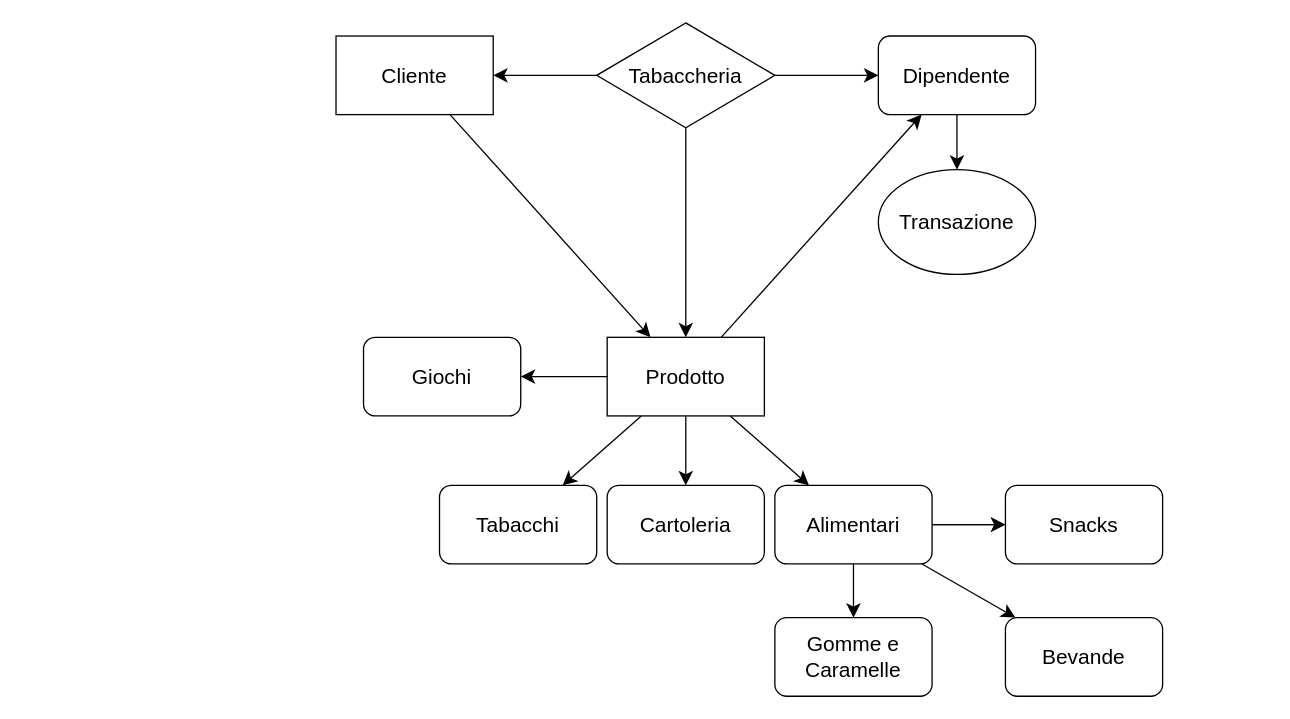
The draw.io diagram md/Untitled Diagram.drawio in TheDarkBug/notes, before the edit. Source tidied: cells renumbered, new cells numbered last; positions are measured from the earlier drawing's top-left corner, leaving out a move shared by most shapes. Both pictures are drawn from the tidied source at 131%, with x=0, y=0 at pixel (335, 22).
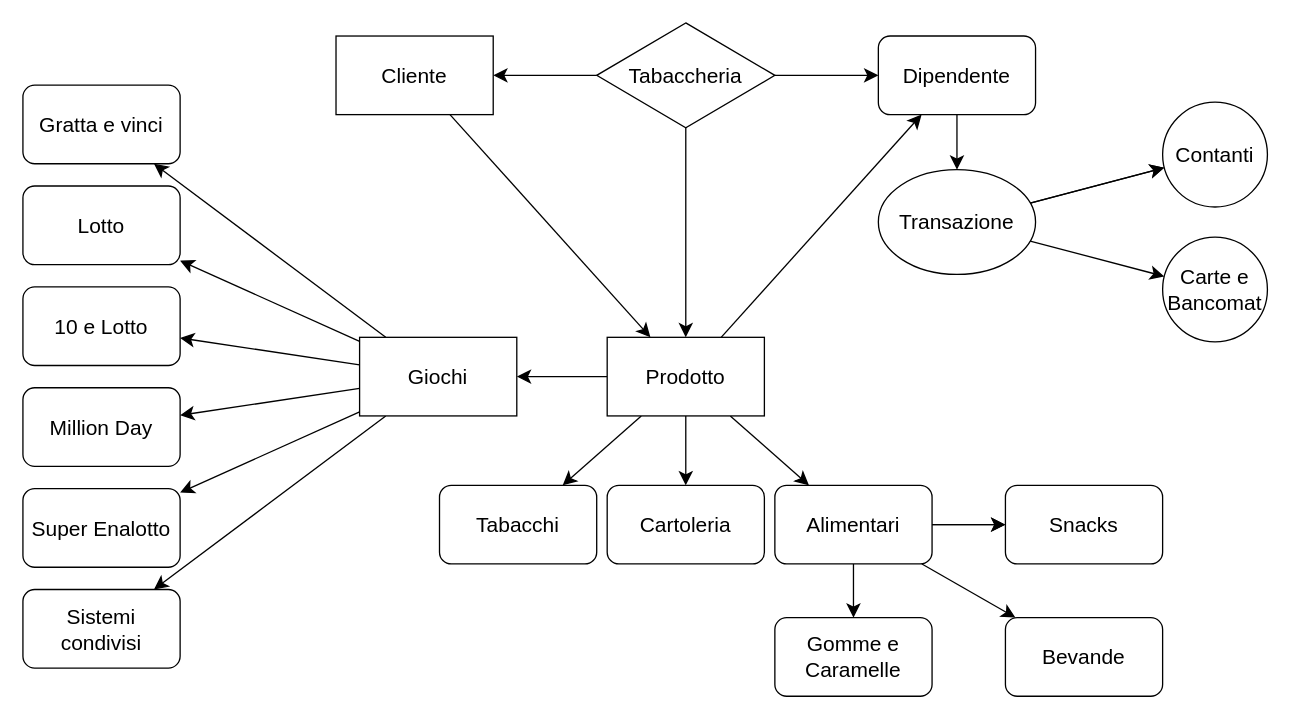
The same page after the edit.

The change refers to these unchanged cells:
```xml
<mxCell id="8" value="&lt;div&gt;Transazione&lt;/div&gt;" style="ellipse;whiteSpace=wrap;html=1;fontSize=16;" parent="1" vertex="1">
  <mxGeometry x="414" y="112" width="120" height="80" as="geometry" />
</mxCell>
```

The edit, as a diff of the source:
```diff
@@
+    <mxCell id="28" style="edgeStyle=none;curved=1;rounded=0;jettySize=auto;html=1;fontSize=12;startSize=8;endSize=8;" parent="1" edge="1" source="8" target="43">
+      <mxGeometry relative="1" as="geometry" />
+    </mxCell>
+    <mxCell id="29" style="edgeStyle=none;curved=1;rounded=0;jettySize=auto;html=1;fontSize=12;startSize=8;endSize=8;" parent="1" edge="1" source="8" target="43">
+      <mxGeometry relative="1" as="geometry" />
+    </mxCell>
+    <mxCell id="30" style="edgeStyle=none;curved=1;rounded=0;jettySize=auto;html=1;fontSize=12;startSize=8;endSize=8;" parent="1" edge="1" source="8" target="44">
+      <mxGeometry relative="1" as="geometry" />
+    </mxCell>
@@
+    <mxCell id="31" style="edgeStyle=none;curved=1;rounded=0;jettySize=auto;html=1;fontSize=12;startSize=8;endSize=8;" parent="1" edge="1" source="27" target="40">
+      <mxGeometry relative="1" as="geometry" />
+    </mxCell>
+    <mxCell id="32" style="edgeStyle=none;curved=1;rounded=0;jettySize=auto;html=1;fontSize=12;startSize=8;endSize=8;" parent="1" edge="1" source="27" target="37">
+      <mxGeometry relative="1" as="geometry" />
+    </mxCell>
+    <mxCell id="33" style="edgeStyle=none;curved=1;rounded=0;jettySize=auto;html=1;fontSize=12;startSize=8;endSize=8;" parent="1" edge="1" source="27" target="38">
+      <mxGeometry relative="1" as="geometry" />
+    </mxCell>
+    <mxCell id="34" style="edgeStyle=none;curved=1;rounded=0;jettySize=auto;html=1;fontSize=12;startSize=8;endSize=8;" parent="1" edge="1" source="27" target="39">
+      <mxGeometry relative="1" as="geometry" />
+    </mxCell>
+    <mxCell id="35" style="edgeStyle=none;curved=1;rounded=0;jettySize=auto;html=1;fontSize=12;startSize=8;endSize=8;" parent="1" edge="1" source="27" target="42">
+      <mxGeometry relative="1" as="geometry" />
+    </mxCell>
+    <mxCell id="36" style="edgeStyle=none;curved=1;rounded=0;jettySize=auto;html=1;fontSize=12;startSize=8;endSize=8;" parent="1" edge="1" source="27" target="41">
+      <mxGeometry relative="1" as="geometry" />
+    </mxCell>
-    <mxCell id="27" value="Giochi" style="rounded=1;whiteSpace=wrap;html=1;fontSize=16;" parent="1" vertex="1">
-      <mxGeometry x="21" y="240" width="120" height="60" as="geometry" />
+    <mxCell id="27" value="Giochi" style="rounded=0;whiteSpace=wrap;html=1;fontSize=16;" parent="1" vertex="1">
+      <mxGeometry x="18" y="240" width="120" height="60" as="geometry" />
     </mxCell>
+    <mxCell id="37" value="&lt;div&gt;Lotto&lt;/div&gt;" style="rounded=1;whiteSpace=wrap;html=1;fontSize=16;" parent="1" vertex="1">
+      <mxGeometry x="-239" y="124.5" width="120" height="60" as="geometry" />
+    </mxCell>
+    <mxCell id="38" value="&lt;div&gt;10 e Lotto&lt;/div&gt;" style="rounded=1;whiteSpace=wrap;html=1;fontSize=16;" parent="1" vertex="1">
+      <mxGeometry x="-239" y="201.5" width="120" height="60" as="geometry" />
+    </mxCell>
+    <mxCell id="39" value="Million Day" style="rounded=1;whiteSpace=wrap;html=1;fontSize=16;" parent="1" vertex="1">
+      <mxGeometry x="-239" y="278.5" width="120" height="60" as="geometry" />
+    </mxCell>
+    <mxCell id="40" value="Gratta e vinci" style="rounded=1;whiteSpace=wrap;html=1;fontSize=16;" parent="1" vertex="1">
+      <mxGeometry x="-239" y="47.5" width="120" height="60" as="geometry" />
+    </mxCell>
+    <mxCell id="41" value="Sistemi condivisi" style="rounded=1;whiteSpace=wrap;html=1;fontSize=16;" parent="1" vertex="1">
+      <mxGeometry x="-239" y="432.5" width="120" height="60" as="geometry" />
+    </mxCell>
+    <mxCell id="42" value="Super Enalotto" style="rounded=1;whiteSpace=wrap;html=1;fontSize=16;" parent="1" vertex="1">
+      <mxGeometry x="-239" y="355.5" width="120" height="60" as="geometry" />
+    </mxCell>
+    <mxCell id="43" value="&lt;div&gt;Contanti&lt;/div&gt;" style="ellipse;whiteSpace=wrap;html=1;fontSize=16;" parent="1" vertex="1">
+      <mxGeometry x="631" y="60.5" width="80" height="80" as="geometry" />
+    </mxCell>
+    <mxCell id="44" value="&lt;div&gt;Carte e Bancomat&lt;/div&gt;" style="ellipse;whiteSpace=wrap;html=1;fontSize=16;" parent="1" vertex="1">
+      <mxGeometry x="631" y="163.5" width="80" height="80" as="geometry" />
+    </mxCell>
```
